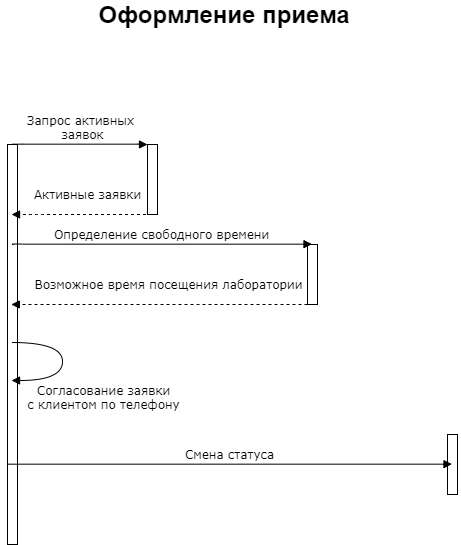
The draw.io diagram Process2.png in mariarheon/LaboratoryService, before a commit. Source tidied: cells renumbered, new cells last; positions are measured from the earlier drawing's top-left corner, leaving out a move shared by most shapes. Its diagram source:
```xml
<mxGraphModel background="#ffffff">
  <root>
    <mxCell id="0" />
    <mxCell id="1" parent="0" />
    <mxCell id="2" style="html=1;points=[];perimeter=orthogonalPerimeter;rounded=0;shadow=0;comic=0;labelBackgroundColor=none;strokeColor=#000000;strokeWidth=1;fillColor=#FFFFFF;fontFamily=Verdana;fontSize=12;fontColor=#000000;align=center;" parent="1" vertex="1">
      <mxGeometry x="140" y="140" width="10" height="70" as="geometry" />
    </mxCell>
    <mxCell id="3" style="html=1;perimeter=orthogonalPerimeter;rounded=0;shadow=0;comic=0;labelBackgroundColor=none;strokeColor=#000000;strokeWidth=1;fillColor=#FFFFFF;fontFamily=Verdana;fontSize=12;fontColor=#000000;align=center;" parent="1" vertex="1">
      <mxGeometry x="440" y="430" width="10" height="60" as="geometry" />
    </mxCell>
    <mxCell id="4" style="html=1;points=[];perimeter=orthogonalPerimeter;rounded=0;shadow=0;comic=0;labelBackgroundColor=none;strokeWidth=1;fontFamily=Verdana;fontSize=12;align=center;" parent="1" vertex="1">
      <mxGeometry y="140" width="10" height="400" as="geometry" />
    </mxCell>
    <mxCell id="5" value="Запрос активных&lt;br&gt;&amp;nbsp;заявок" style="html=1;verticalAlign=bottom;endArrow=block;entryX=0;entryY=0;labelBackgroundColor=none;fontFamily=Verdana;fontSize=12;edgeStyle=elbowEdgeStyle;elbow=vertical;" parent="1" edge="1" source="4">
      <mxGeometry relative="1" as="geometry">
        <mxPoint x="140" y="140" as="targetPoint" />
      </mxGeometry>
    </mxCell>
    <mxCell id="6" value="Согласование заявки&lt;br&gt;с клиентом по телефону" style="html=1;verticalAlign=bottom;endArrow=block;labelBackgroundColor=none;fontFamily=Verdana;fontSize=12;elbow=vertical;edgeStyle=orthogonalEdgeStyle;curved=1;" parent="1" edge="1">
      <mxGeometry x="0.27" y="52" relative="1" as="geometry">
        <mxPoint x="4.1" y="338" as="sourcePoint" />
        <mxPoint x="4.1" y="376" as="targetPoint" />
        <Array as="points">
          <mxPoint x="55" y="338" />
          <mxPoint x="55" y="376" />
        </Array>
        <mxPoint x="40" y="-18" as="offset" />
      </mxGeometry>
    </mxCell>
    <mxCell id="7" value="Активные заявки&lt;br&gt;" style="html=1;verticalAlign=bottom;endArrow=block;labelBackgroundColor=none;fontFamily=Verdana;fontSize=12;edgeStyle=elbowEdgeStyle;dashed=1;elbow=vertical;" parent="1" edge="1">
      <mxGeometry x="-0.08" y="-10" relative="1" as="geometry">
        <mxPoint x="144.5" y="210" as="sourcePoint" />
        <mxPoint x="4.1" y="210" as="targetPoint" />
        <Array as="points">
          <mxPoint x="25" y="210" />
        </Array>
      </mxGeometry>
    </mxCell>
    <mxCell id="8" style="html=1;points=[];perimeter=orthogonalPerimeter;rounded=0;shadow=0;comic=0;labelBackgroundColor=none;strokeColor=#000000;strokeWidth=1;fillColor=#FFFFFF;fontFamily=Verdana;fontSize=12;fontColor=#000000;align=center;" parent="1" vertex="1">
      <mxGeometry x="300" y="240" width="10" height="60" as="geometry" />
    </mxCell>
    <mxCell id="9" value="Определение свободного времени" style="html=1;verticalAlign=bottom;endArrow=block;labelBackgroundColor=none;fontFamily=Verdana;fontSize=12;edgeStyle=elbowEdgeStyle;elbow=vertical;" parent="1" edge="1">
      <mxGeometry relative="1" as="geometry">
        <mxPoint x="5" y="240.4" as="sourcePoint" />
        <mxPoint x="304.5" y="239.7" as="targetPoint" />
      </mxGeometry>
    </mxCell>
    <mxCell id="10" value="Возможное время посещения лаборатории&amp;nbsp;" style="html=1;verticalAlign=bottom;endArrow=block;labelBackgroundColor=none;fontFamily=Verdana;fontSize=12;edgeStyle=elbowEdgeStyle;dashed=1;elbow=vertical;" parent="1" edge="1">
      <mxGeometry x="-0.08" y="-10" relative="1" as="geometry">
        <mxPoint x="300" y="300" as="sourcePoint" />
        <mxPoint x="3.8" y="300" as="targetPoint" />
        <Array as="points">
          <mxPoint x="180.5" y="300" />
        </Array>
      </mxGeometry>
    </mxCell>
    <mxCell id="11" value="Смена статуса" style="html=1;verticalAlign=bottom;endArrow=block;labelBackgroundColor=none;fontFamily=Verdana;fontSize=12;edgeStyle=elbowEdgeStyle;elbow=vertical;" parent="1" edge="1">
      <mxGeometry relative="1" as="geometry">
        <mxPoint x="0.5" y="460" as="sourcePoint" />
        <mxPoint x="444.5" y="459.7" as="targetPoint" />
      </mxGeometry>
    </mxCell>
    <mxCell id="12" value="&lt;b&gt;&lt;font style=&quot;font-size: 24px&quot;&gt;Оформление приема&amp;nbsp;&lt;/font&gt;&lt;/b&gt;" style="text;html=1;align=center;verticalAlign=middle;" parent="1" vertex="1">
      <mxGeometry x="85" width="270" height="20" as="geometry" />
    </mxCell>
  </root>
</mxGraphModel>
```
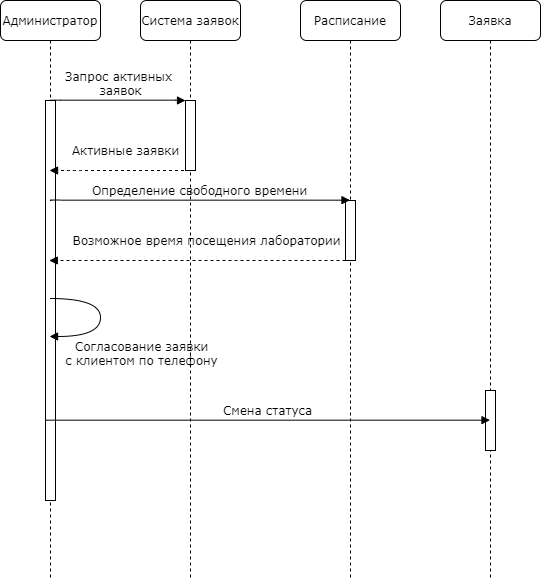
Later version of the same file.

Diff of the diagram source:
```diff
@@ -2,66 +2,71 @@
   <root>
     <mxCell id="0" />
     <mxCell id="1" parent="0" />
-    <mxCell id="2" style="html=1;points=[];perimeter=orthogonalPerimeter;rounded=0;shadow=0;comic=0;labelBackgroundColor=none;strokeColor=#000000;strokeWidth=1;fillColor=#FFFFFF;fontFamily=Verdana;fontSize=12;fontColor=#000000;align=center;" parent="1" vertex="1">
-      <mxGeometry x="140" y="140" width="10" height="70" as="geometry" />
+    <mxCell id="2" value="Система заявок" style="shape=umlLifeline;perimeter=lifelinePerimeter;whiteSpace=wrap;html=1;outlineConnect=0;rounded=1;shadow=0;comic=0;labelBackgroundColor=none;strokeWidth=1;fontFamily=Verdana;fontSize=12;align=center;" parent="1" vertex="1">
+      <mxGeometry x="95" y="40" width="100" height="580" as="geometry" />
     </mxCell>
-    <mxCell id="3" style="html=1;perimeter=orthogonalPerimeter;rounded=0;shadow=0;comic=0;labelBackgroundColor=none;strokeColor=#000000;strokeWidth=1;fillColor=#FFFFFF;fontFamily=Verdana;fontSize=12;fontColor=#000000;align=center;" parent="1" vertex="1">
-      <mxGeometry x="440" y="430" width="10" height="60" as="geometry" />
+    <mxCell id="3" style="html=1;perimeter=orthogonalPerimeter;rounded=0;shadow=0;comic=0;labelBackgroundColor=none;strokeColor=#000000;strokeWidth=1;fillColor=#FFFFFF;fontFamily=Verdana;fontSize=12;fontColor=#000000;align=center;" parent="2" vertex="1">
+      <mxGeometry x="45" y="100" width="10" height="70" as="geometry" />
     </mxCell>
-    <mxCell id="4" style="html=1;points=[];perimeter=orthogonalPerimeter;rounded=0;shadow=0;comic=0;labelBackgroundColor=none;strokeWidth=1;fontFamily=Verdana;fontSize=12;align=center;" parent="1" vertex="1">
-      <mxGeometry y="140" width="10" height="400" as="geometry" />
+    <mxCell id="4" value="Расписание" style="shape=umlLifeline;perimeter=lifelinePerimeter;whiteSpace=wrap;html=1;outlineConnect=0;rounded=1;shadow=0;comic=0;labelBackgroundColor=none;strokeWidth=1;fontFamily=Verdana;fontSize=12;align=center;" parent="1" vertex="1">
+      <mxGeometry x="255" y="40" width="100" height="580" as="geometry" />
     </mxCell>
-    <mxCell id="5" value="Запрос активных&lt;br&gt;&amp;nbsp;заявок" style="html=1;verticalAlign=bottom;endArrow=block;entryX=0;entryY=0;labelBackgroundColor=none;fontFamily=Verdana;fontSize=12;edgeStyle=elbowEdgeStyle;elbow=vertical;" parent="1" edge="1" source="4">
-      <mxGeometry relative="1" as="geometry">
-        <mxPoint x="140" y="140" as="targetPoint" />
-      </mxGeometry>
+    <mxCell id="5" value="Заявка" style="shape=umlLifeline;perimeter=lifelinePerimeter;whiteSpace=wrap;html=1;outlineConnect=0;rounded=1;shadow=0;comic=0;labelBackgroundColor=none;strokeWidth=1;fontFamily=Verdana;fontSize=12;align=center;" parent="1" vertex="1">
+      <mxGeometry x="395" y="40" width="100" height="580" as="geometry" />
     </mxCell>
-    <mxCell id="6" value="Согласование заявки&lt;br&gt;с клиентом по телефону" style="html=1;verticalAlign=bottom;endArrow=block;labelBackgroundColor=none;fontFamily=Verdana;fontSize=12;elbow=vertical;edgeStyle=orthogonalEdgeStyle;curved=1;" parent="1" edge="1">
-      <mxGeometry x="0.27" y="52" relative="1" as="geometry">
-        <mxPoint x="4.1" y="338" as="sourcePoint" />
-        <mxPoint x="4.1" y="376" as="targetPoint" />
-        <Array as="points">
-          <mxPoint x="55" y="338" />
-          <mxPoint x="55" y="376" />
-        </Array>
-        <mxPoint x="40" y="-18" as="offset" />
-      </mxGeometry>
+    <mxCell id="6" style="html=1;perimeter=orthogonalPerimeter;rounded=0;shadow=0;comic=0;labelBackgroundColor=none;strokeColor=#000000;strokeWidth=1;fillColor=#FFFFFF;fontFamily=Verdana;fontSize=12;fontColor=#000000;align=center;" parent="5" vertex="1">
+      <mxGeometry x="45" y="390" width="10" height="60" as="geometry" />
     </mxCell>
-    <mxCell id="7" value="Активные заявки&lt;br&gt;" style="html=1;verticalAlign=bottom;endArrow=block;labelBackgroundColor=none;fontFamily=Verdana;fontSize=12;edgeStyle=elbowEdgeStyle;dashed=1;elbow=vertical;" parent="1" edge="1">
-      <mxGeometry x="-0.08" y="-10" relative="1" as="geometry">
-        <mxPoint x="144.5" y="210" as="sourcePoint" />
-        <mxPoint x="4.1" y="210" as="targetPoint" />
-        <Array as="points">
-          <mxPoint x="25" y="210" />
-        </Array>
-      </mxGeometry>
+    <mxCell id="7" value="Администратор" style="shape=umlLifeline;perimeter=lifelinePerimeter;whiteSpace=wrap;html=1;outlineConnect=0;rounded=1;shadow=0;comic=0;labelBackgroundColor=none;strokeWidth=1;fontFamily=Verdana;fontSize=12;align=center;" parent="1" vertex="1">
+      <mxGeometry x="-45" y="40" width="100" height="580" as="geometry" />
     </mxCell>
-    <mxCell id="8" style="html=1;points=[];perimeter=orthogonalPerimeter;rounded=0;shadow=0;comic=0;labelBackgroundColor=none;strokeColor=#000000;strokeWidth=1;fillColor=#FFFFFF;fontFamily=Verdana;fontSize=12;fontColor=#000000;align=center;" parent="1" vertex="1">
-      <mxGeometry x="300" y="240" width="10" height="60" as="geometry" />
+    <mxCell id="8" style="html=1;points=[];perimeter=orthogonalPerimeter;rounded=0;shadow=0;comic=0;labelBackgroundColor=none;strokeWidth=1;fontFamily=Verdana;fontSize=12;align=center;" parent="7" vertex="1">
+      <mxGeometry x="45" y="100" width="10" height="400" as="geometry" />
     </mxCell>
-    <mxCell id="9" value="Определение свободного времени" style="html=1;verticalAlign=bottom;endArrow=block;labelBackgroundColor=none;fontFamily=Verdana;fontSize=12;edgeStyle=elbowEdgeStyle;elbow=vertical;" parent="1" edge="1">
+    <mxCell id="9" value="Запрос активных&lt;br&gt;&amp;nbsp;заявок" style="html=1;verticalAlign=bottom;endArrow=block;entryX=0;entryY=0;labelBackgroundColor=none;fontFamily=Verdana;fontSize=12;edgeStyle=elbowEdgeStyle;elbow=vertical;" parent="1" edge="1" source="8">
       <mxGeometry relative="1" as="geometry">
-        <mxPoint x="5" y="240.4" as="sourcePoint" />
-        <mxPoint x="304.5" y="239.7" as="targetPoint" />
+        <mxPoint x="140" y="140" as="targetPoint" />
       </mxGeometry>
     </mxCell>
-    <mxCell id="10" value="Возможное время посещения лаборатории&amp;nbsp;" style="html=1;verticalAlign=bottom;endArrow=block;labelBackgroundColor=none;fontFamily=Verdana;fontSize=12;edgeStyle=elbowEdgeStyle;dashed=1;elbow=vertical;" parent="1" edge="1">
-      <mxGeometry x="-0.08" y="-10" relative="1" as="geometry">
-        <mxPoint x="300" y="300" as="sourcePoint" />
-        <mxPoint x="3.8" y="300" as="targetPoint" />
+    <mxCell id="10" value="Согласование заявки&lt;br&gt;с клиентом по телефону" style="html=1;verticalAlign=bottom;endArrow=block;labelBackgroundColor=none;fontFamily=Verdana;fontSize=12;elbow=vertical;edgeStyle=orthogonalEdgeStyle;curved=1;" parent="1" edge="1">
+      <mxGeometry x="0.27" y="52" relative="1" as="geometry">
+        <mxPoint x="4.1" y="338" as="sourcePoint" />
+        <mxPoint x="4.1" y="376" as="targetPoint" />
         <Array as="points">
-          <mxPoint x="180.5" y="300" />
+          <mxPoint x="55" y="338" />
+          <mxPoint x="55" y="376" />
         </Array>
+        <mxPoint x="40" y="-18" as="offset" />
       </mxGeometry>
     </mxCell>
-    <mxCell id="11" value="Смена статуса" style="html=1;verticalAlign=bottom;endArrow=block;labelBackgroundColor=none;fontFamily=Verdana;fontSize=12;edgeStyle=elbowEdgeStyle;elbow=vertical;" parent="1" edge="1">
-      <mxGeometry relative="1" as="geometry">
-        <mxPoint x="0.5" y="460" as="sourcePoint" />
-        <mxPoint x="444.5" y="459.7" as="targetPoint" />
+    <mxCell id="11" value="Активные заявки&lt;br&gt;" style="html=1;verticalAlign=bottom;endArrow=block;labelBackgroundColor=none;fontFamily=Verdana;fontSize=12;edgeStyle=elbowEdgeStyle;dashed=1;elbow=vertical;" parent="1" edge="1" source="2">
+      <mxGeometry x="-0.08" y="-10" relative="1" as="geometry">
+        <mxPoint x="4.1" y="210" as="targetPoint" />
+        <Array as="points">
+          <mxPoint x="25" y="210" />
+        </Array>
       </mxGeometry>
     </mxCell>
-    <mxCell id="12" value="&lt;b&gt;&lt;font style=&quot;font-size: 24px&quot;&gt;Оформление приема&amp;nbsp;&lt;/font&gt;&lt;/b&gt;" style="text;html=1;align=center;verticalAlign=middle;" parent="1" vertex="1">
-      <mxGeometry x="85" width="270" height="20" as="geometry" />
+    <mxCell id="12" style="html=1;perimeter=orthogonalPerimeter;rounded=0;shadow=0;comic=0;labelBackgroundColor=none;strokeColor=#000000;strokeWidth=1;fillColor=#FFFFFF;fontFamily=Verdana;fontSize=12;fontColor=#000000;align=center;" parent="1" vertex="1">
+      <mxGeometry x="300" y="240" width="10" height="60" as="geometry" />
     </mxCell>
+    <mxCell id="13" value="Определение свободного времени" style="html=1;verticalAlign=bottom;endArrow=block;labelBackgroundColor=none;fontFamily=Verdana;fontSize=12;edgeStyle=elbowEdgeStyle;elbow=vertical;" parent="1" edge="1" target="4">
+      <mxGeometry relative="1" as="geometry">
+        <mxPoint x="5" y="240.4" as="sourcePoint" />
+      </mxGeometry>
+    </mxCell>
+    <mxCell id="14" value="Возможное время посещения лаборатории&amp;nbsp;" style="html=1;verticalAlign=bottom;endArrow=block;labelBackgroundColor=none;fontFamily=Verdana;fontSize=12;edgeStyle=elbowEdgeStyle;dashed=1;elbow=vertical;" parent="1" edge="1" target="7">
+      <mxGeometry x="-0.08" y="-10" relative="1" as="geometry">
+        <mxPoint x="300" y="300" as="sourcePoint" />
+        <Array as="points">
+          <mxPoint x="180.5" y="300" />
+        </Array>
+      </mxGeometry>
+    </mxCell>
+    <mxCell id="15" value="Смена статуса" style="html=1;verticalAlign=bottom;endArrow=block;labelBackgroundColor=none;fontFamily=Verdana;fontSize=12;edgeStyle=elbowEdgeStyle;elbow=vertical;" parent="1" edge="1" target="5">
+      <mxGeometry relative="1" as="geometry">
+        <mxPoint x="0.5" y="460" as="sourcePoint" />
+      </mxGeometry>
+    </mxCell>
   </root>
 </mxGraphModel>
```
